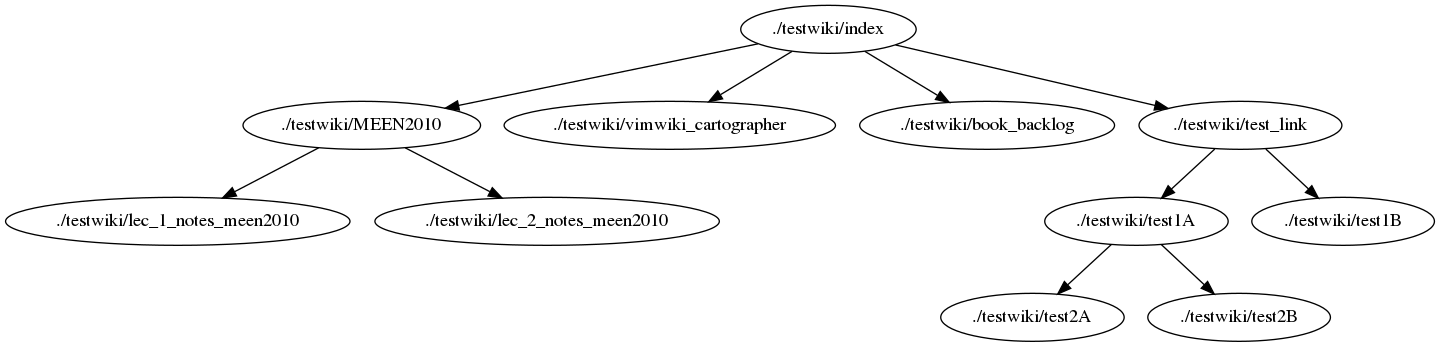
HaydenLeBaron/mdwiki-cartographer keeps this Graphviz diagram as graph.dot.png. Above is the earlier version. Its source is kept beside it as graph.dot. Source of this version:
```dot
digraph VimwikiGraph {
    "./testwiki/MEEN2010" -> "./testwiki/lec_1_notes_meen2010";
    "./testwiki/MEEN2010" -> "./testwiki/lec_2_notes_meen2010";
    "./testwiki/index" -> "./testwiki/MEEN2010";
    "./testwiki/index" -> "./testwiki/vimwiki_cartographer";
    "./testwiki/index" -> "./testwiki/book_backlog";
    "./testwiki/index" -> "./testwiki/test_link";
    "./testwiki/test1A" -> "./testwiki/test2A";
    "./testwiki/test1A" -> "./testwiki/test2B";
    "./testwiki/test_link" -> "./testwiki/test1A";
    "./testwiki/test_link" -> "./testwiki/test1B";
}
```
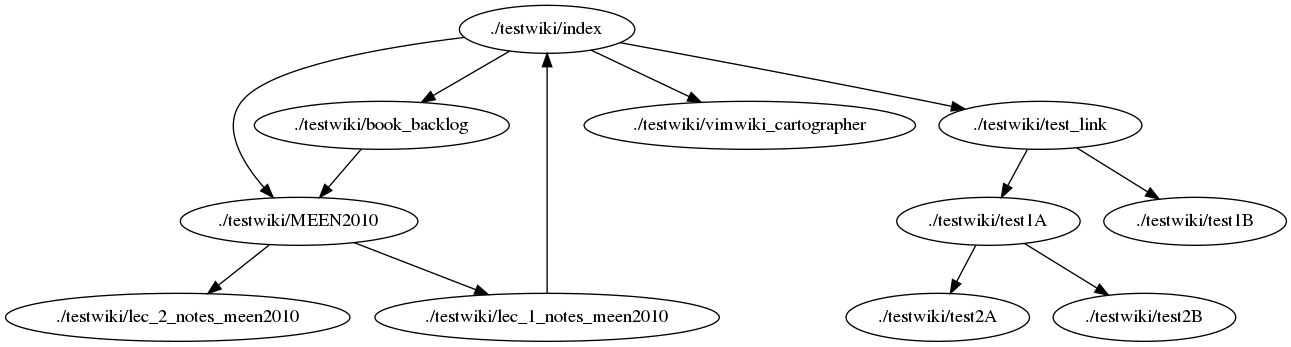
The same diagram one commit later.

Commit message:
Add cycles to testwiki and manually test dotfile conversion (draws correctly)

The edit, as a diff of the source:
```diff
@@ -1,12 +1,14 @@
 digraph VimwikiGraph {
-    "./testwiki/MEEN2010" -> "./testwiki/lec_1_notes_meen2010";
-    "./testwiki/MEEN2010" -> "./testwiki/lec_2_notes_meen2010";
     "./testwiki/index" -> "./testwiki/MEEN2010";
     "./testwiki/index" -> "./testwiki/vimwiki_cartographer";
     "./testwiki/index" -> "./testwiki/book_backlog";
     "./testwiki/index" -> "./testwiki/test_link";
+    "./testwiki/test_link" -> "./testwiki/test1A";
+    "./testwiki/test_link" -> "./testwiki/test1B";
+    "./testwiki/lec_1_notes_meen2010" -> "./testwiki/index";
     "./testwiki/test1A" -> "./testwiki/test2A";
     "./testwiki/test1A" -> "./testwiki/test2B";
-    "./testwiki/test_link" -> "./testwiki/test1A";
-    "./testwiki/test_link" -> "./testwiki/test1B";
+    "./testwiki/book_backlog" -> "./testwiki/MEEN2010";
+    "./testwiki/MEEN2010" -> "./testwiki/lec_1_notes_meen2010";
+    "./testwiki/MEEN2010" -> "./testwiki/lec_2_notes_meen2010";
 }
```
